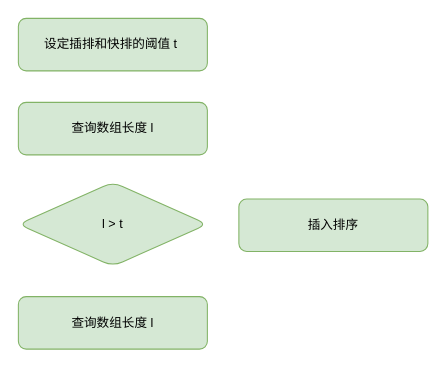
Before: 快速排序.drawio in HonyoLAN/telmy, a draw.io diagram. Source tidied: cells renumbered, new cells numbered last; positions are measured from the earlier drawing's top-left corner, leaving out a move shared by most shapes. Both pictures are drawn from the tidied source at 105%, with x=0, y=0 at pixel (18, 18).
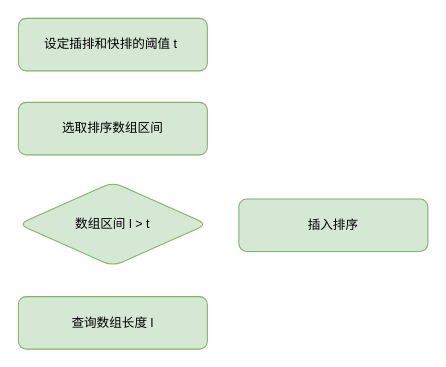
Above is the later version.

Commit message (it also covers changes not shown here):
更新快速排序.drawio

Change to the diagram source:
```diff
@@
 <mxGraphModel>
   <root>
     <mxCell id="0" />
     <mxCell id="1" parent="0" />
     <mxCell id="2" value="设定插排和快排的阈值 t&amp;nbsp;" style="rounded=1;whiteSpace=wrap;html=1;fillColor=#d5e8d4;strokeColor=#82b366;" parent="1" vertex="1">
       <mxGeometry width="180" height="50" as="geometry" />
     </mxCell>
-    <mxCell id="3" value="查询数组长度 l" style="rounded=1;whiteSpace=wrap;html=1;fillColor=#d5e8d4;strokeColor=#82b366;" parent="1" vertex="1">
+    <mxCell id="3" value="选取排序数组区间" style="rounded=1;whiteSpace=wrap;html=1;fillColor=#d5e8d4;strokeColor=#82b366;" parent="1" vertex="1">
       <mxGeometry y="80" width="180" height="50" as="geometry" />
     </mxCell>
-    <mxCell id="4" value="l &amp;gt; t" style="rhombus;whiteSpace=wrap;html=1;fillColor=#d5e8d4;strokeColor=#82b366;rounded=1;" parent="1" vertex="1">
+    <mxCell id="4" value="数组区间 l &amp;gt; t" style="rhombus;whiteSpace=wrap;html=1;fillColor=#d5e8d4;strokeColor=#82b366;rounded=1;" parent="1" vertex="1">
       <mxGeometry y="156" width="180" height="80" as="geometry" />
     </mxCell>
     <mxCell id="5" value="查询数组长度 l" style="rounded=1;whiteSpace=wrap;html=1;fillColor=#d5e8d4;strokeColor=#82b366;" parent="1" vertex="1">
       <mxGeometry y="265" width="180" height="50" as="geometry" />
     </mxCell>
     <mxCell id="6" value="插入排序" style="rounded=1;whiteSpace=wrap;html=1;fillColor=#d5e8d4;strokeColor=#82b366;" parent="1" vertex="1">
       <mxGeometry x="210" y="172" width="180" height="50" as="geometry" />
     </mxCell>
   </root>
 </mxGraphModel>
```
